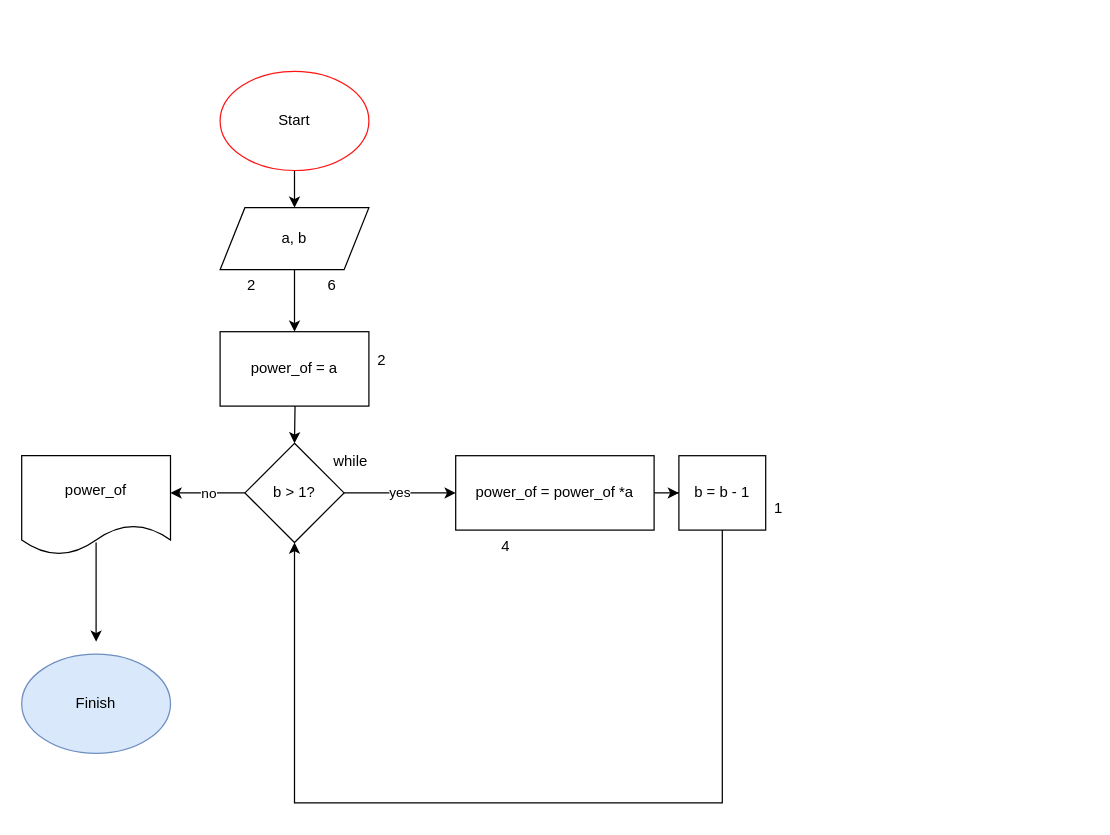
Earlier version of the draw.io diagram page "power" (3 of 14) of block-schemes.drawio (yourenoticed/gb). Source tidied: cells renumbered, new cells numbered last; positions are measured from the earlier drawing's top-left corner, leaving out a move shared by most shapes. Both pictures are drawn from the tidied source at 124%, with x=0, y=0 at pixel (21, 71).
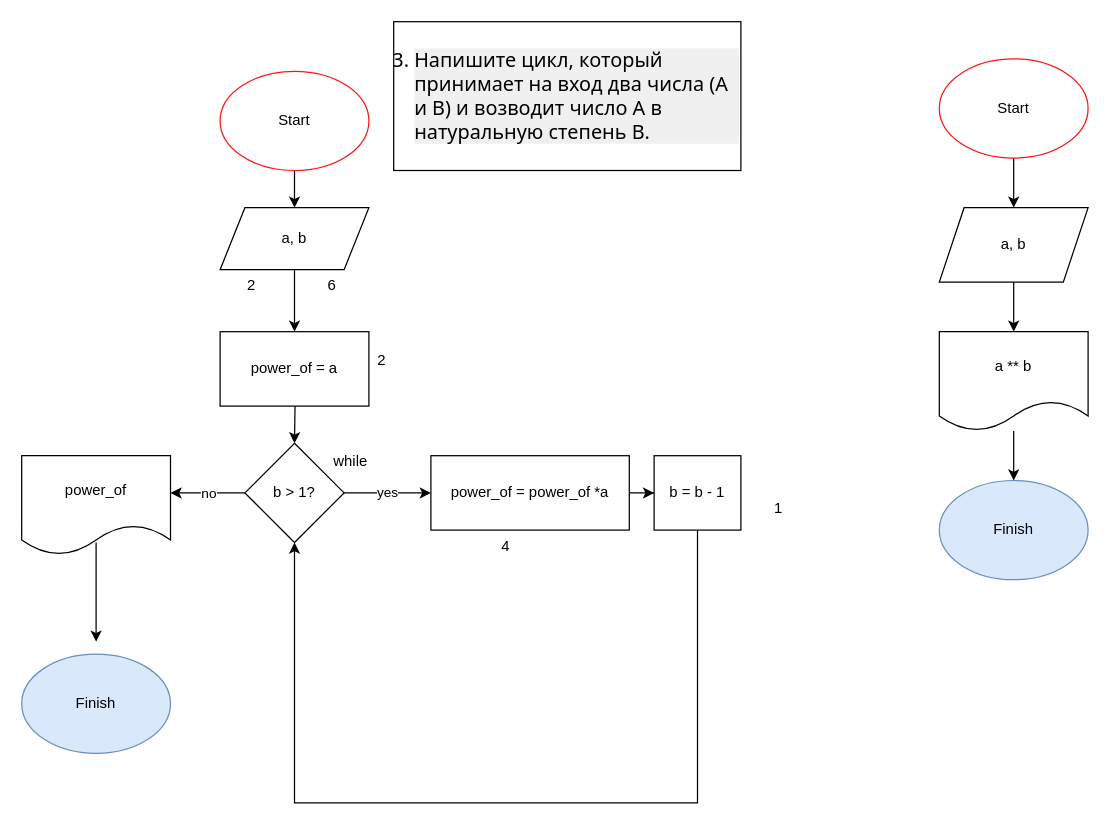
After the change.

The change refers to these unchanged cells:
```xml
<mxCell id="9" value="b &amp;gt; 1?" style="rhombus;whiteSpace=wrap;html=1;" parent="1" vertex="1">
  <mxGeometry x="180" y="300" width="80" height="80" as="geometry" />
</mxCell>
```

Change to the diagram source:
```diff
@@
     <mxCell id="11" value="power_of = power_of *a" style="rounded=0;whiteSpace=wrap;html=1;" parent="1" vertex="1">
-      <mxGeometry x="350" y="310" width="160" height="60" as="geometry" />
+      <mxGeometry x="330" y="310" width="160" height="60" as="geometry" />
     </mxCell>
@@
     <mxCell id="14" value="b = b - 1" style="rounded=0;whiteSpace=wrap;html=1;" parent="1" vertex="1">
-      <mxGeometry x="530" y="310" width="70" height="60" as="geometry" />
+      <mxGeometry x="510" y="310" width="70" height="60" as="geometry" />
     </mxCell>
     <mxCell id="15" style="endArrow=classic;html=1;rounded=0;exitX=0.5;exitY=1;exitDx=0;exitDy=0;entryX=0.5;entryY=1;entryDx=0;entryDy=0;" parent="1" edge="1" source="14" target="9">
       <mxGeometry relative="1" as="geometry">
         <Array as="points">
-          <mxPoint x="565" y="590" />
+          <mxPoint x="545" y="590" />
           <mxPoint x="220" y="590" />
         </Array>
       </mxGeometry>
     </mxCell>
@@
+    <mxCell id="24" value="&lt;br&gt;&lt;ol style=&quot;margin: 4px 0px 0px 16px; padding: 0px; border: 0px; font-weight: 400; font-style: normal; font-family: &amp;quot;gg sans&amp;quot;, &amp;quot;Noto Sans&amp;quot;, &amp;quot;Helvetica Neue&amp;quot;, Helvetica, Arial, sans-serif; font-size: 16px; vertical-align: baseline; list-style: outside decimal; font-variant-ligatures: normal; font-variant-caps: normal; letter-spacing: normal; orphans: 2; text-align: left; text-indent: 0px; text-transform: none; widows: 2; word-spacing: 0px; -webkit-text-stroke-width: 0px; background-color: rgba(2, 2, 2, 0.06); text-decoration-thickness: initial; text-decoration-style: initial; text-decoration-color: initial;&quot; start=&quot;3&quot;&gt;&lt;li style=&quot;margin: 0px 0px 4px; padding: 0px; border: 0px; font-weight: inherit; font-style: inherit; font-family: inherit; font-size: 16px; vertical-align: baseline;&quot;&gt;Напишите цикл, который принимает на вход два числа (A и B) и возводит число A в натуральную степень B.&lt;/li&gt;&lt;/ol&gt;&lt;br&gt;" style="rounded=0;whiteSpace=wrap;html=1;" parent="1" vertex="1">
+      <mxGeometry x="300" y="-40" width="280" height="120" as="geometry" />
+    </mxCell>
+    <mxCell id="25" style="edgeStyle=orthogonalEdgeStyle;rounded=0;jettySize=auto;html=1;" parent="1" edge="1" source="26" target="28">
+      <mxGeometry relative="1" as="geometry" />
+    </mxCell>
+    <mxCell id="26" value="Start" style="ellipse;whiteSpace=wrap;html=1;strokeColor=#FF1414;" parent="1" vertex="1">
+      <mxGeometry x="740" y="-10" width="120" height="80" as="geometry" />
+    </mxCell>
+    <mxCell id="27" style="edgeStyle=orthogonalEdgeStyle;rounded=0;jettySize=auto;html=1;" parent="1" edge="1" source="28" target="30">
+      <mxGeometry relative="1" as="geometry" />
+    </mxCell>
+    <mxCell id="28" value="a, b" style="shape=parallelogram;perimeter=parallelogramPerimeter;whiteSpace=wrap;html=1;fixedSize=1;" parent="1" vertex="1">
+      <mxGeometry x="740" y="110" width="120" height="60" as="geometry" />
+    </mxCell>
+    <mxCell id="29" style="edgeStyle=orthogonalEdgeStyle;rounded=0;jettySize=auto;html=1;" parent="1" edge="1" source="30" target="31">
+      <mxGeometry relative="1" as="geometry" />
+    </mxCell>
+    <mxCell id="30" value="a ** b" style="shape=document;whiteSpace=wrap;html=1;boundedLbl=1;" parent="1" vertex="1">
+      <mxGeometry x="740" y="210" width="120" height="80" as="geometry" />
+    </mxCell>
+    <mxCell id="31" value="Finish" style="ellipse;whiteSpace=wrap;html=1;fillColor=#dae8fc;strokeColor=#6c8ebf;" parent="1" vertex="1">
+      <mxGeometry x="740" y="330" width="120" height="80" as="geometry" />
+    </mxCell>
```
